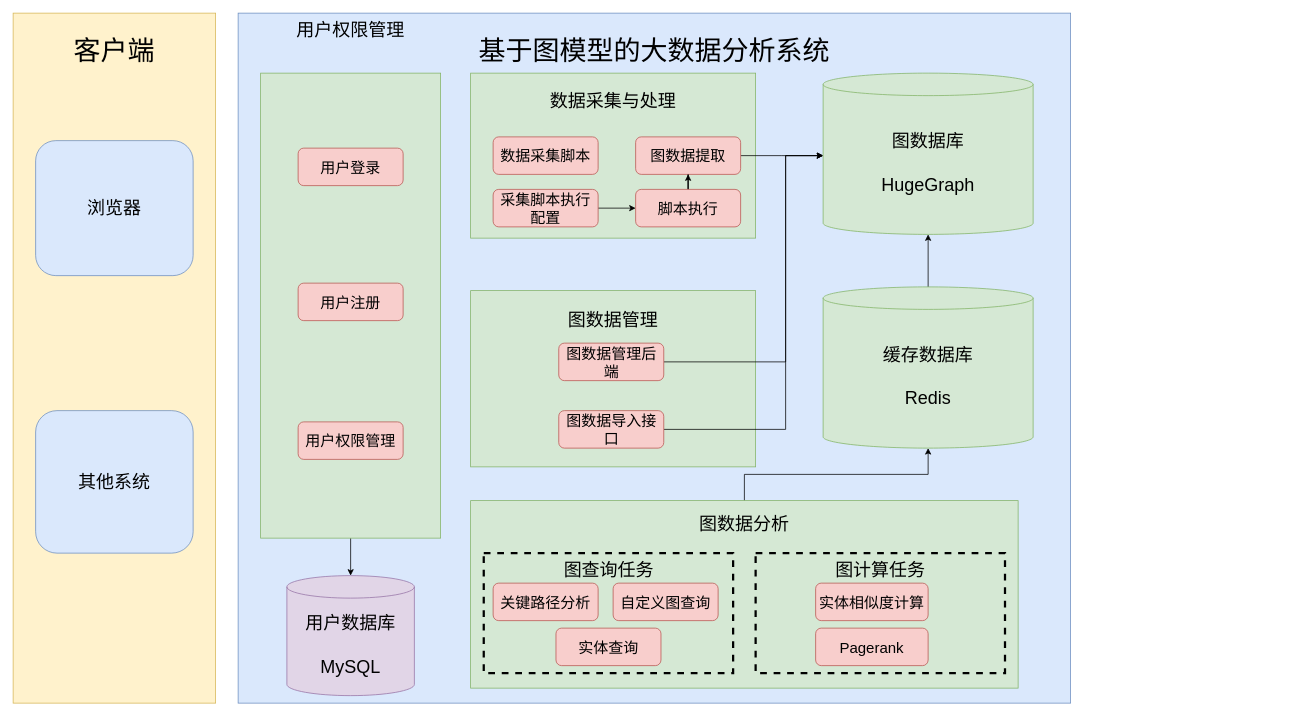
EricTao2/images-repository keeps this draw.io diagram as 老婆系统架构图.drawio. Above is the earlier version. Source tidied: cells renumbered, new cells numbered last; positions are measured from the earlier drawing's top-left corner, leaving out a move shared by most shapes. Both pictures are drawn from the tidied source at 75%, with x=0, y=0 at pixel (13, 13).
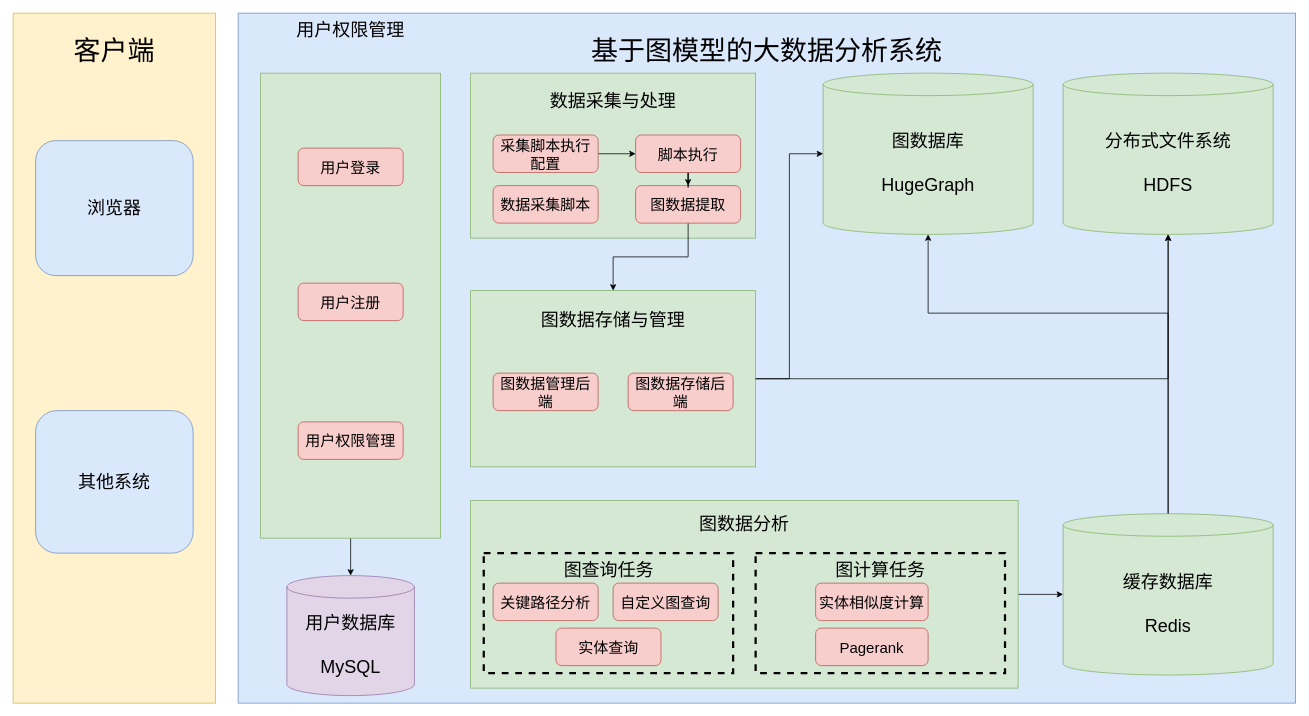
The same diagram, later.

Commit message:
更新老婆系统架构图.drawio

The change refers to these unchanged cells:
```xml
<mxCell id="7" value="&lt;font style=&quot;&quot;&gt;&lt;font style=&quot;font-size: 24px;&quot;&gt;图数据分析&lt;br&gt;&lt;br&gt;&lt;br&gt;&lt;br&gt;&lt;br&gt;&lt;br&gt;&lt;br&gt;&lt;/font&gt;&lt;br&gt;&lt;/font&gt;" style="rounded=0;whiteSpace=wrap;html=1;fillColor=#d5e8d4;strokeColor=#82b366;" parent="1" vertex="1">
  <mxGeometry x="610" y="650" width="730" height="250" as="geometry" />
</mxCell>
<mxCell id="33" value="&lt;font style=&quot;border-color: var(--border-color); font-size: 24px;&quot;&gt;图数据库&lt;br style=&quot;border-color: var(--border-color);&quot;&gt;&lt;br style=&quot;border-color: var(--border-color);&quot;&gt;&lt;/font&gt;&lt;font style=&quot;border-color: var(--border-color); font-size: 24px;&quot;&gt;HugeGraph&lt;/font&gt;" style="shape=cylinder3;whiteSpace=wrap;html=1;boundedLbl=1;backgroundOutline=1;size=15;fillColor=#d5e8d4;strokeColor=#82b366;" parent="1" vertex="1">
  <mxGeometry x="1080" y="80" width="280" height="215" as="geometry" />
</mxCell>
```

Diff of the diagram source:
```diff
@@
     <mxCell id="3" value="&lt;font style=&quot;font-size: 36px;&quot;&gt;&lt;span style=&quot;font-family: 宋体;&quot;&gt;基于图模型的大数据分析系统&lt;br&gt;&lt;br&gt;&lt;br&gt;&lt;br&gt;&lt;br&gt;&lt;br&gt;&lt;br&gt;&lt;br&gt;&lt;br&gt;&lt;br&gt;&lt;br&gt;&lt;br&gt;&lt;br&gt;&lt;br&gt;&lt;br&gt;&lt;br&gt;&lt;br&gt;&lt;br&gt;&lt;br&gt;&lt;br&gt;&lt;/span&gt;&lt;/font&gt;" style="rounded=0;whiteSpace=wrap;html=1;fillColor=#dae8fc;strokeColor=#6c8ebf;arcSize=15;" parent="1" vertex="1">
-      <mxGeometry x="300" width="1110" height="920" as="geometry" />
+      <mxGeometry x="300" width="1410" height="920" as="geometry" />
     </mxCell>
@@
     <mxCell id="5" value="&lt;font style=&quot;font-size: 20px;&quot;&gt;数据采集脚本&lt;/font&gt;" style="rounded=1;whiteSpace=wrap;html=1;fillColor=#f8cecc;strokeColor=#b85450;fontSize=20;" parent="1" vertex="1">
-      <mxGeometry x="640" y="165" width="140" height="50" as="geometry" />
+      <mxGeometry x="640" y="230" width="140" height="50" as="geometry" />
     </mxCell>
-    <mxCell id="6" style="edgeStyle=orthogonalEdgeStyle;rounded=0;jettySize=auto;html=1;exitX=0.5;exitY=0;exitDx=0;exitDy=0;entryX=0.5;entryY=1;entryDx=0;entryDy=0;entryPerimeter=0;" parent="1" edge="1" source="7" target="35">
+    <mxCell id="6" style="edgeStyle=orthogonalEdgeStyle;rounded=0;jettySize=auto;html=1;exitX=1;exitY=0.5;exitDx=0;exitDy=0;" parent="1" edge="1" source="7" target="35">
       <mxGeometry relative="1" as="geometry" />
     </mxCell>
@@
-    <mxCell id="8" value="&lt;font style=&quot;&quot;&gt;&lt;font style=&quot;font-size: 24px;&quot;&gt;图数据管理&lt;br&gt;&lt;/font&gt;&lt;br&gt;&lt;br&gt;&lt;br&gt;&lt;br&gt;&lt;br&gt;&lt;br&gt;&lt;br&gt;&lt;br&gt;&lt;br&gt;&lt;br&gt;&lt;br&gt;&lt;/font&gt;" style="rounded=0;whiteSpace=wrap;html=1;fillColor=#d5e8d4;strokeColor=#82b366;" parent="1" vertex="1">
+    <mxCell id="8" value="&lt;font style=&quot;&quot;&gt;&lt;font style=&quot;font-size: 24px;&quot;&gt;图数据存储与管理&lt;br&gt;&lt;/font&gt;&lt;br&gt;&lt;br&gt;&lt;br&gt;&lt;br&gt;&lt;br&gt;&lt;br&gt;&lt;br&gt;&lt;br&gt;&lt;br&gt;&lt;br&gt;&lt;br&gt;&lt;/font&gt;" style="rounded=0;whiteSpace=wrap;html=1;fillColor=#d5e8d4;strokeColor=#82b366;" parent="1" vertex="1">
       <mxGeometry x="610" y="370" width="380" height="235" as="geometry" />
     </mxCell>
-    <mxCell id="9" style="edgeStyle=orthogonalEdgeStyle;rounded=0;jettySize=auto;html=1;exitX=1;exitY=0.5;exitDx=0;exitDy=0;entryX=0;entryY=0.5;entryDx=0;entryDy=0;" parent="1" edge="1" source="10">
-      <mxGeometry relative="1" as="geometry">
-        <mxPoint x="1080" y="190" as="targetPoint" />
-      </mxGeometry>
-    </mxCell>
+    <mxCell id="38" style="edgeStyle=orthogonalEdgeStyle;rounded=0;jettySize=auto;html=1;exitX=0.5;exitY=1;exitDx=0;exitDy=0;entryX=0.5;entryY=0;entryDx=0;entryDy=0;" parent="1" edge="1" source="10" target="8">
+      <mxGeometry relative="1" as="geometry" />
+    </mxCell>
     <mxCell id="10" value="图数据提取" style="rounded=1;whiteSpace=wrap;html=1;fillColor=#f8cecc;strokeColor=#b85450;fontSize=20;" parent="1" vertex="1">
-      <mxGeometry x="830" y="165" width="140" height="50" as="geometry" />
+      <mxGeometry x="830" y="230" width="140" height="50" as="geometry" />
     </mxCell>
@@
-    <mxCell id="12" style="edgeStyle=orthogonalEdgeStyle;rounded=0;jettySize=auto;html=1;exitX=1;exitY=0.5;exitDx=0;exitDy=0;entryX=0;entryY=0.5;entryDx=0;entryDy=0;" parent="1" edge="1" source="13">
-      <mxGeometry relative="1" as="geometry">
-        <mxPoint x="1080" y="190" as="targetPoint" />
-        <Array as="points">
-          <mxPoint x="1030" y="465" />
-          <mxPoint x="1030" y="190" />
-        </Array>
-      </mxGeometry>
-    </mxCell>
     <mxCell id="13" value="&lt;font style=&quot;font-size: 20px;&quot;&gt;图数据管理后端&lt;/font&gt;" style="rounded=1;whiteSpace=wrap;html=1;fillColor=#f8cecc;strokeColor=#b85450;fontSize=20;" parent="1" vertex="1">
-      <mxGeometry x="727.5" y="440" width="140" height="50" as="geometry" />
+      <mxGeometry x="640" y="480" width="140" height="50" as="geometry" />
     </mxCell>
@@
     <mxCell id="15" value="&lt;font style=&quot;font-size: 20px;&quot;&gt;采集脚本执行配置&lt;/font&gt;" style="rounded=1;whiteSpace=wrap;html=1;fillColor=#f8cecc;strokeColor=#b85450;fontSize=20;" parent="1" vertex="1">
-      <mxGeometry x="640" y="235" width="140" height="50" as="geometry" />
+      <mxGeometry x="640" y="162.5" width="140" height="50" as="geometry" />
     </mxCell>
@@
     <mxCell id="19" value="脚本执行" style="rounded=1;whiteSpace=wrap;html=1;fillColor=#f8cecc;strokeColor=#b85450;fontSize=20;" parent="1" vertex="1">
-      <mxGeometry x="830" y="235" width="140" height="50" as="geometry" />
+      <mxGeometry x="830" y="162.5" width="140" height="50" as="geometry" />
     </mxCell>
-    <mxCell id="20" style="edgeStyle=orthogonalEdgeStyle;rounded=0;jettySize=auto;html=1;exitX=1;exitY=0.5;exitDx=0;exitDy=0;entryX=0;entryY=0.5;entryDx=0;entryDy=0;" parent="1" edge="1" source="21">
-      <mxGeometry relative="1" as="geometry">
-        <mxPoint x="1080" y="190" as="targetPoint" />
-        <Array as="points">
-          <mxPoint x="1030" y="555" />
-          <mxPoint x="1030" y="190" />
-        </Array>
-      </mxGeometry>
-    </mxCell>
-    <mxCell id="21" value="&lt;font style=&quot;font-size: 20px;&quot;&gt;图数据导入接口&lt;/font&gt;" style="rounded=1;whiteSpace=wrap;html=1;fillColor=#f8cecc;strokeColor=#b85450;fontSize=20;" parent="1" vertex="1">
-      <mxGeometry x="727.5" y="530" width="140" height="50" as="geometry" />
+    <mxCell id="21" value="&lt;font style=&quot;font-size: 20px;&quot;&gt;图数据存储后端&lt;/font&gt;" style="rounded=1;whiteSpace=wrap;html=1;fillColor=#f8cecc;strokeColor=#b85450;fontSize=20;" parent="1" vertex="1">
+      <mxGeometry x="820" y="480" width="140" height="50" as="geometry" />
     </mxCell>
@@
     <mxCell id="34" style="edgeStyle=orthogonalEdgeStyle;rounded=0;jettySize=auto;html=1;exitX=0.5;exitY=0;exitDx=0;exitDy=0;exitPerimeter=0;entryX=0.5;entryY=1;entryDx=0;entryDy=0;entryPerimeter=0;" parent="1" edge="1" source="35" target="33">
-      <mxGeometry relative="1" as="geometry" />
+      <mxGeometry relative="1" as="geometry">
+        <Array as="points">
+          <mxPoint x="1540" y="400" />
+          <mxPoint x="1220" y="400" />
+        </Array>
+      </mxGeometry>
     </mxCell>
     <mxCell id="35" value="&lt;font style=&quot;border-color: var(--border-color); font-size: 24px;&quot;&gt;缓存数据库&lt;br style=&quot;border-color: var(--border-color);&quot;&gt;&lt;br style=&quot;border-color: var(--border-color);&quot;&gt;&lt;/font&gt;&lt;font style=&quot;border-color: var(--border-color); font-size: 24px;&quot;&gt;Redis&lt;/font&gt;" style="shape=cylinder3;whiteSpace=wrap;html=1;boundedLbl=1;backgroundOutline=1;size=15;fillColor=#d5e8d4;strokeColor=#82b366;" parent="1" vertex="1">
-      <mxGeometry x="1080" y="365" width="280" height="215" as="geometry" />
+      <mxGeometry x="1400" y="667.5" width="280" height="215" as="geometry" />
     </mxCell>
@@
+    <mxCell id="39" value="&lt;font style=&quot;border-color: var(--border-color); font-size: 24px;&quot;&gt;分布式文件系统&lt;br style=&quot;border-color: var(--border-color);&quot;&gt;&lt;br style=&quot;border-color: var(--border-color);&quot;&gt;&lt;/font&gt;&lt;font style=&quot;border-color: var(--border-color); font-size: 24px;&quot;&gt;HDFS&lt;/font&gt;" style="shape=cylinder3;whiteSpace=wrap;html=1;boundedLbl=1;backgroundOutline=1;size=15;fillColor=#d5e8d4;strokeColor=#82b366;" parent="1" vertex="1">
+      <mxGeometry x="1400" y="80" width="280" height="215" as="geometry" />
+    </mxCell>
+    <mxCell id="40" style="edgeStyle=orthogonalEdgeStyle;rounded=0;jettySize=auto;html=1;exitX=1;exitY=0.5;exitDx=0;exitDy=0;entryX=0;entryY=0.5;entryDx=0;entryDy=0;entryPerimeter=0;" parent="1" edge="1" source="8" target="33">
+      <mxGeometry relative="1" as="geometry" />
+    </mxCell>
+    <mxCell id="41" style="edgeStyle=orthogonalEdgeStyle;rounded=0;jettySize=auto;html=1;exitX=0.5;exitY=0;exitDx=0;exitDy=0;exitPerimeter=0;entryX=0.5;entryY=1;entryDx=0;entryDy=0;entryPerimeter=0;" parent="1" edge="1" source="35" target="39">
+      <mxGeometry relative="1" as="geometry" />
+    </mxCell>
+    <mxCell id="42" style="edgeStyle=orthogonalEdgeStyle;rounded=0;jettySize=auto;html=1;exitX=1;exitY=0.5;exitDx=0;exitDy=0;entryX=0.5;entryY=1;entryDx=0;entryDy=0;entryPerimeter=0;" parent="1" edge="1" source="8" target="39">
+      <mxGeometry relative="1" as="geometry" />
+    </mxCell>
```
